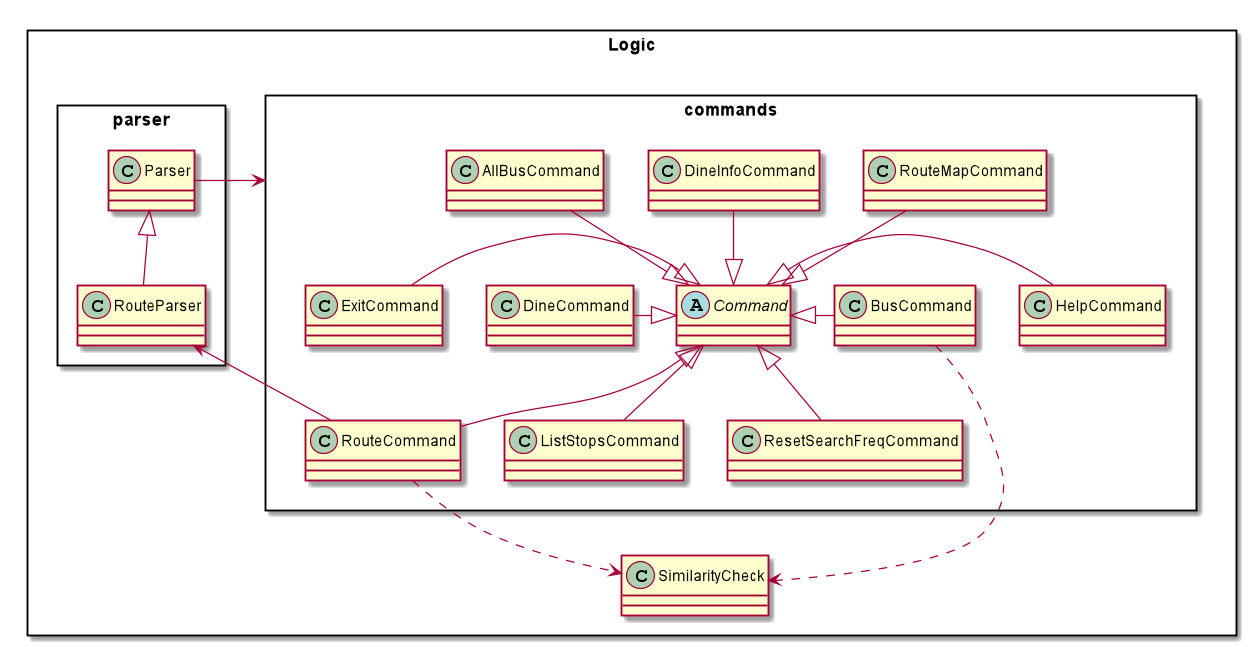
Before: docs/DG_Diagrams/LogicComponent.png, a diagram exported from PlantUML (nus-cs2113-AY2021S1/tp).
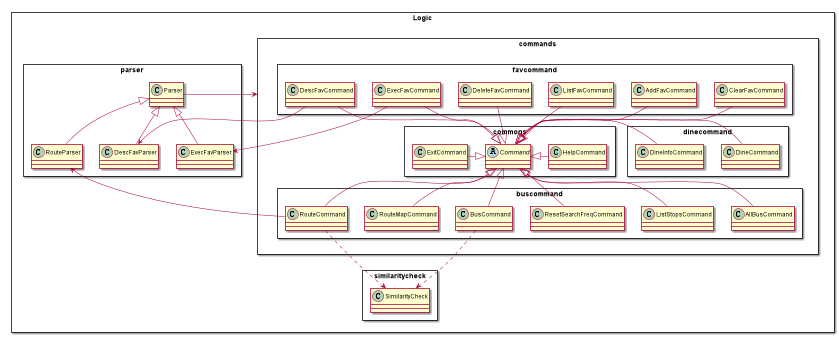
After the commit.

Commit message:
Update logic component

Diff of the diagram source:
```diff
@@ -3,23 +3,44 @@
 allowmixing
 Rectangle Logic {
 Rectangle commands {
+Rectangle commons {
 abstract class Command
+Command <|-left ExitCommand
+Command <|- HelpCommand
+}
+Rectangle buscommand {
 Command <|--up AllBusCommand
 Command <|-left BusCommand
-Command <|-left DineCommand
-Command <|--up DineInfoCommand
-Command <|-left ExitCommand
-Command <|- HelpCommand
 Command <|-- ListStopsCommand
 Command <|-- ResetSearchFreqCommand
 Command <|-- RouteCommand
 Command <|--up RouteMapCommand
 }
+Rectangle dinecommand {
+Command <|- DineCommand
+Command <|- DineInfoCommand
+}
+Rectangle favcommand {
+Command <|--up AddFavCommand
+Command <|--up ClearFavCommand
+Command <|--up DeleteFavCommand
+Command <|--up DescFavCommand
+Command <|--up ExecFavCommand
+Command <|--up ListFavCommand
+}
+}
 Rectangle parser {
 Parser <|-- RouteParser
-RouteParser <-- RouteCommand
+RouteParser <--down RouteCommand
+Parser <|-- DescFavParser
+Parser <|-- ExecFavParser
+DescFavParser <-- DescFavCommand
+ExecFavParser <--down ExecFavCommand
 }
+
+Rectangle similaritycheck {
 class SimilarityCheck
+}
 
 SimilarityCheck <..down RouteCommand
 SimilarityCheck <..down BusCommand
```
